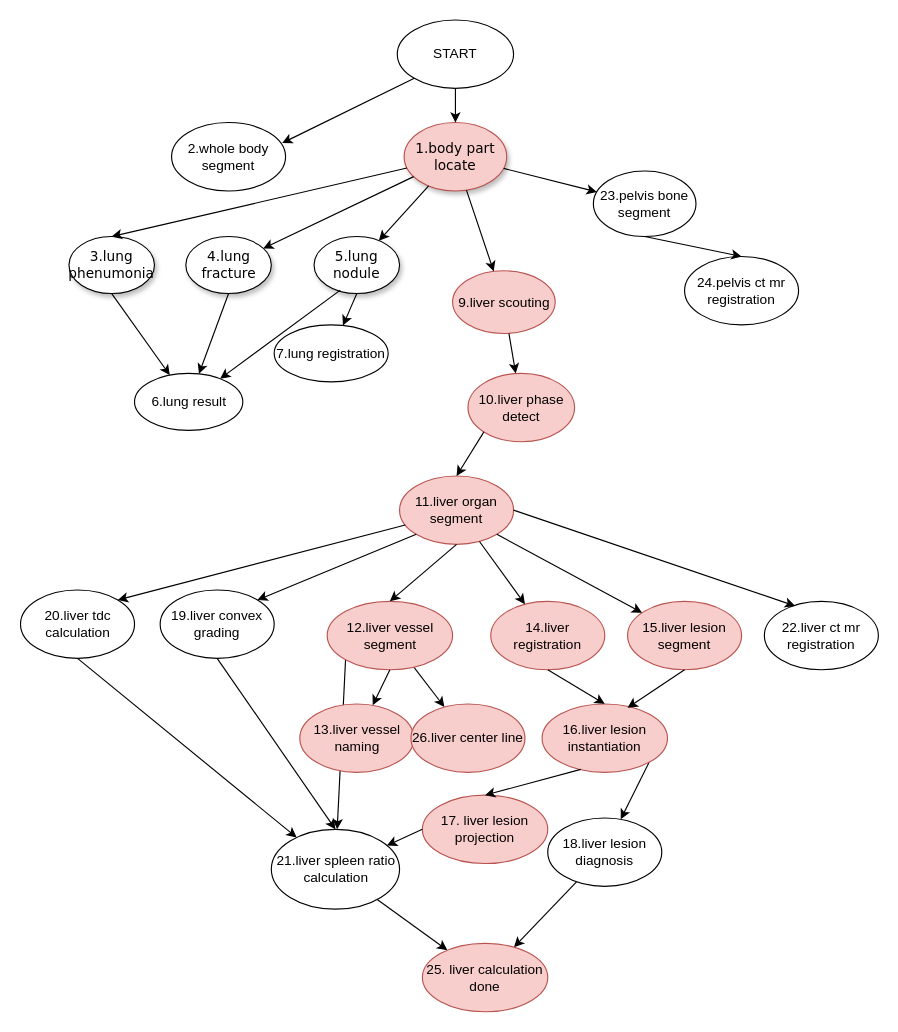
This is ai_calculation_workflow.drawio from aokoqingiz/mystorage, a draw.io file, before an edit. Source tidied: cells renumbered, new cells numbered last; positions are measured from the earlier drawing's top-left corner, leaving out a move shared by most shapes. Both pictures are drawn from the tidied source at 114%, with x=0, y=0 at pixel (21, 19).
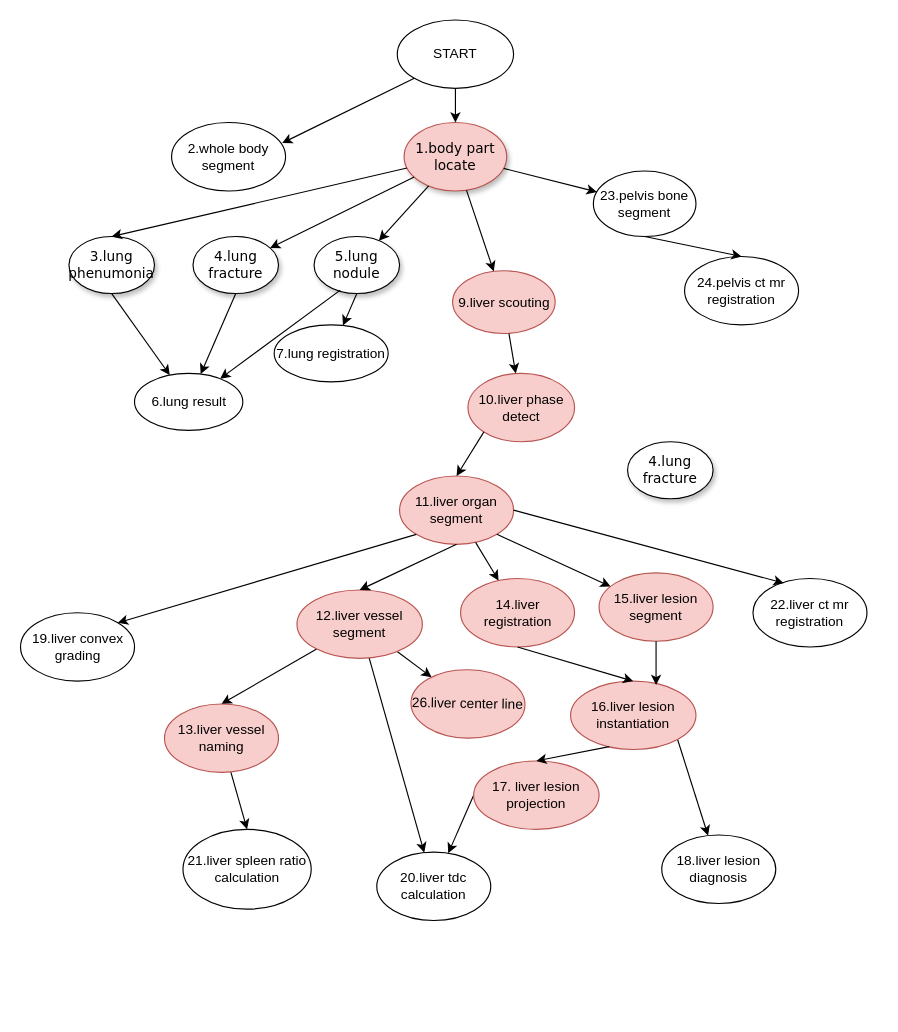
Above is the later version.

The change refers to these unchanged cells:
```xml
<mxCell id="23" value="11.liver organ segment" style="ellipse;whiteSpace=wrap;html=1;fillColor=#f8cecc;strokeColor=#b85450;" parent="1" vertex="1">
  <mxGeometry x="332" y="400" width="100" height="60" as="geometry" />
</mxCell>
```

Diff of the diagram source:
```diff
@@
     <mxCell id="3" value="&lt;span&gt;4.lung fracture&lt;/span&gt;" style="ellipse;whiteSpace=wrap;html=1;rounded=0;shadow=1;comic=0;labelBackgroundColor=none;strokeWidth=1;fontFamily=Verdana;fontSize=12;align=center;" parent="1" vertex="1">
-      <mxGeometry x="144.5" y="190" width="75" height="50" as="geometry" />
+      <mxGeometry x="150.8" y="190" width="75" height="50" as="geometry" />
     </mxCell>
@@
-    <mxCell id="26" style="edgeStyle=none;rounded=0;jettySize=auto;html=1;exitX=0;exitY=1;exitDx=0;exitDy=0;" parent="1" edge="1" source="27" target="54">
-      <mxGeometry relative="1" as="geometry" />
-    </mxCell>
+    <mxCell id="60" style="edgeStyle=none;rounded=0;jettySize=auto;html=1;" parent="1" edge="1" source="27" target="44">
+      <mxGeometry relative="1" as="geometry" />
+    </mxCell>
+    <mxCell id="30" style="edgeStyle=none;rounded=0;jettySize=auto;html=1;entryX=0.5;entryY=0;entryDx=0;entryDy=0;" parent="1" edge="1" source="27" target="29">
+      <mxGeometry relative="1" as="geometry" />
+    </mxCell>
     <mxCell id="27" value="12.liver vessel segment" style="ellipse;whiteSpace=wrap;html=1;fillColor=#f8cecc;strokeColor=#b85450;" parent="1" vertex="1">
-      <mxGeometry x="268.5" y="510" width="110" height="60" as="geometry" />
+      <mxGeometry x="242" y="500" width="110" height="60" as="geometry" />
     </mxCell>
@@
+    <mxCell id="61" style="edgeStyle=none;rounded=0;jettySize=auto;html=1;entryX=0.5;entryY=0;entryDx=0;entryDy=0;" parent="1" edge="1" source="29" target="54">
+      <mxGeometry relative="1" as="geometry" />
+    </mxCell>
     <mxCell id="29" value="13.liver vessel naming" style="ellipse;whiteSpace=wrap;html=1;fillColor=#f8cecc;strokeColor=#b85450;" parent="1" vertex="1">
-      <mxGeometry x="244.5" y="600" width="100" height="60" as="geometry" />
+      <mxGeometry x="125.8" y="600" width="100" height="60" as="geometry" />
     </mxCell>
-    <mxCell id="30" style="endArrow=classic;html=1;exitX=0.5;exitY=1;exitDx=0;exitDy=0;" parent="1" edge="1" source="27" target="29">
-      <mxGeometry relative="1" as="geometry" />
-    </mxCell>
     <mxCell id="31" value="14.liver registration" style="ellipse;whiteSpace=wrap;html=1;fillColor=#f8cecc;strokeColor=#b85450;" parent="1" vertex="1">
-      <mxGeometry x="412" y="510" width="100" height="60" as="geometry" />
+      <mxGeometry x="385.5" y="490" width="100" height="60" as="geometry" />
     </mxCell>
@@
     <mxCell id="33" value="15.liver lesion segment" style="ellipse;whiteSpace=wrap;html=1;fillColor=#f8cecc;strokeColor=#b85450;" parent="1" vertex="1">
-      <mxGeometry x="532" y="510" width="100" height="60" as="geometry" />
+      <mxGeometry x="507" y="485" width="100" height="60" as="geometry" />
     </mxCell>
@@
     <mxCell id="36" value="16.liver lesion instantiation" style="ellipse;whiteSpace=wrap;html=1;fillColor=#f8cecc;strokeColor=#b85450;" parent="1" vertex="1">
-      <mxGeometry x="457" y="600" width="110" height="60" as="geometry" />
+      <mxGeometry x="482" y="580" width="110" height="60" as="geometry" />
     </mxCell>
@@
+    <mxCell id="62" style="rounded=0;jettySize=auto;html=1;exitX=0;exitY=0.5;exitDx=0;exitDy=0;" parent="1" edge="1" source="39" target="44">
+      <mxGeometry relative="1" as="geometry" />
+    </mxCell>
     <mxCell id="39" value="17. liver lesion projection" style="ellipse;whiteSpace=wrap;html=1;fillColor=#f8cecc;strokeColor=#b85450;" parent="1" vertex="1">
-      <mxGeometry x="352" y="680" width="110" height="60" as="geometry" />
+      <mxGeometry x="397" y="650" width="110" height="60" as="geometry" />
     </mxCell>
@@
-    <mxCell id="41" style="edgeStyle=none;rounded=0;jettySize=auto;html=1;" parent="1" edge="1" source="42" target="59">
-      <mxGeometry relative="1" as="geometry" />
-    </mxCell>
     <mxCell id="42" value="18.liver lesion diagnosis" style="ellipse;whiteSpace=wrap;html=1;" parent="1" vertex="1">
-      <mxGeometry x="462" y="700" width="100" height="60" as="geometry" />
+      <mxGeometry x="562" y="715" width="100" height="60" as="geometry" />
     </mxCell>
     <mxCell id="43" value="19.liver convex grading" style="ellipse;whiteSpace=wrap;html=1;" parent="1" vertex="1">
-      <mxGeometry x="122" y="500" width="100" height="60" as="geometry" />
+      <mxGeometry x="-0.5" y="520" width="100" height="60" as="geometry" />
     </mxCell>
     <mxCell id="44" value="20.liver tdc calculation" style="ellipse;whiteSpace=wrap;html=1;" parent="1" vertex="1">
-      <mxGeometry x="-0.5" y="500" width="100" height="60" as="geometry" />
+      <mxGeometry x="312" y="730" width="100" height="60" as="geometry" />
     </mxCell>
     <mxCell id="45" value="22.liver ct mr registration" style="ellipse;whiteSpace=wrap;html=1;" parent="1" vertex="1">
-      <mxGeometry x="652" y="510" width="100" height="60" as="geometry" />
+      <mxGeometry x="642" y="490" width="100" height="60" as="geometry" />
     </mxCell>
@@
-    <mxCell id="51" style="endArrow=classic;html=1;entryX=1;entryY=0;entryDx=0;entryDy=0;exitX=0.05;exitY=0.717;exitDx=0;exitDy=0;exitPerimeter=0;" parent="1" edge="1" source="23" target="44">
-      <mxGeometry relative="1" as="geometry" />
-    </mxCell>
@@
-    <mxCell id="53" style="edgeStyle=none;rounded=0;jettySize=auto;html=1;" parent="1" edge="1" source="54" target="59">
-      <mxGeometry relative="1" as="geometry" />
-    </mxCell>
     <mxCell id="54" value="21.liver spleen ratio calculation" style="ellipse;whiteSpace=wrap;html=1;" parent="1" vertex="1">
-      <mxGeometry x="219.5" y="710" width="112.5" height="70" as="geometry" />
+      <mxGeometry x="142" y="710" width="112.5" height="70" as="geometry" />
     </mxCell>
-    <mxCell id="55" style="endArrow=classic;html=1;exitX=0.5;exitY=1;exitDx=0;exitDy=0;" parent="1" edge="1" source="44" target="54">
-      <mxGeometry relative="1" as="geometry" />
-    </mxCell>
-    <mxCell id="56" style="endArrow=classic;html=1;exitX=0.5;exitY=1;exitDx=0;exitDy=0;entryX=0.5;entryY=0;entryDx=0;entryDy=0;" parent="1" edge="1" source="43" target="54">
-      <mxGeometry relative="1" as="geometry" />
-    </mxCell>
-    <mxCell id="57" style="endArrow=classic;html=1;exitX=0;exitY=0.5;exitDx=0;exitDy=0;" parent="1" edge="1" source="39" target="54">
-      <mxGeometry relative="1" as="geometry" />
-    </mxCell>
-    <mxCell id="58" value="26.liver center line" style="ellipse;whiteSpace=wrap;html=1;fillColor=#f8cecc;strokeColor=#b85450;" parent="1" vertex="1">
-      <mxGeometry x="342" y="600" width="100" height="60" as="geometry" />
+    <mxCell id="58" value="26.liver center line" style="ellipse;whiteSpace=wrap;html=1;fillColor=#f8cecc;strokeColor=#b85450;rotation=1;" parent="1" vertex="1">
+      <mxGeometry x="342" y="570" width="100" height="60" as="geometry" />
     </mxCell>
-    <mxCell id="59" value="25. liver calculation done" style="ellipse;whiteSpace=wrap;html=1;fillColor=#f8cecc;strokeColor=#b85450;" parent="1" vertex="1">
-      <mxGeometry x="352" y="810" width="110" height="60" as="geometry" />
-    </mxCell>
+    <mxCell id="63" value="&lt;span&gt;4.lung fracture&lt;/span&gt;" style="ellipse;whiteSpace=wrap;html=1;rounded=0;shadow=1;comic=0;labelBackgroundColor=none;strokeWidth=1;fontFamily=Verdana;fontSize=12;align=center;" parent="1" vertex="1">
+      <mxGeometry x="532" y="370" width="75" height="50" as="geometry" />
+    </mxCell>
```
